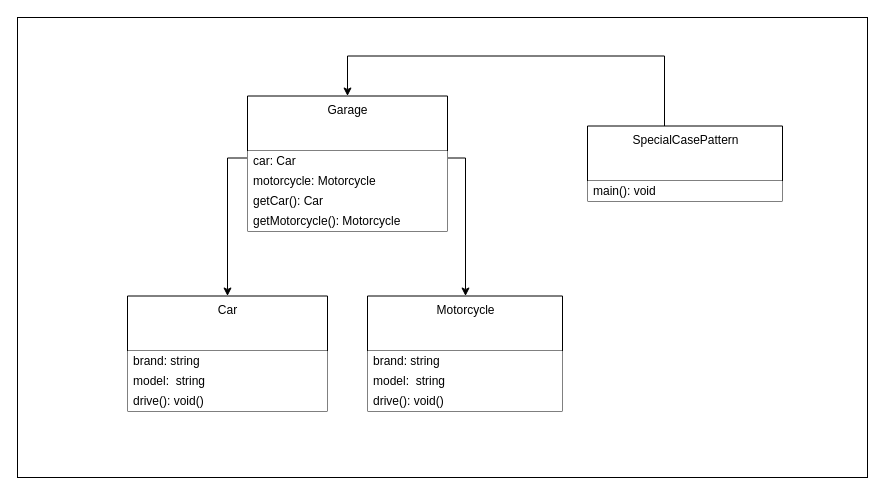
Above: page "SpecialCasePattern-1" (1 of 4) of images/clean-code-error-handling/Error-handling.drawio in GabrielSlima/blog (draw.io), before the change. Source tidied: cells renumbered, new cells numbered last; positions are measured from the earlier drawing's top-left corner, leaving out a move shared by most shapes. Both pictures are drawn from the tidied source at 100%, with x=0, y=0 at pixel (17, 17).
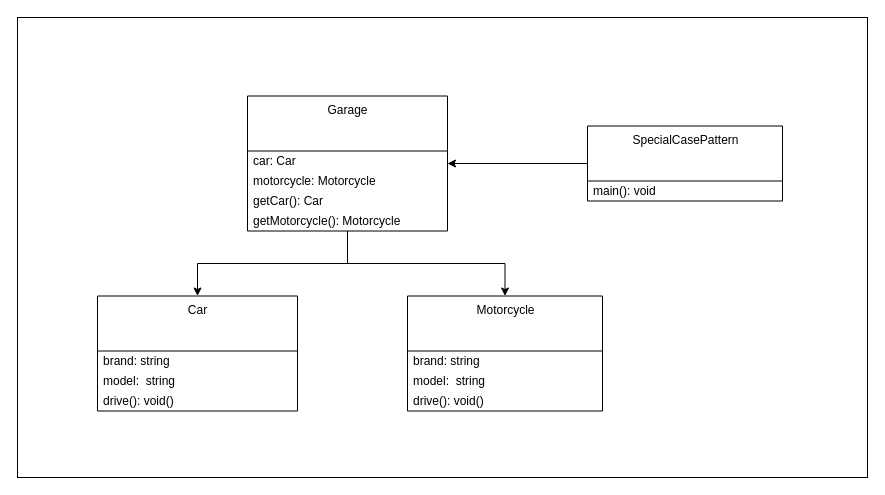
The same diagram, later.

What changed in the source:
```diff
@@
+    <mxCell id="4" style="edgeStyle=orthogonalEdgeStyle;rounded=0;jettySize=auto;html=1;" parent="1" edge="1" source="5" target="14">
+      <mxGeometry relative="1" as="geometry" />
+    </mxCell>
     <mxCell id="3" style="edgeStyle=orthogonalEdgeStyle;rounded=0;jettySize=auto;html=1;" parent="1" edge="1" source="5" target="10">
-      <mxGeometry relative="1" as="geometry">
-        <Array as="points">
-          <mxPoint x="448" y="140.5" />
-        </Array>
-      </mxGeometry>
+      <mxGeometry relative="1" as="geometry" />
     </mxCell>
-    <mxCell id="4" style="edgeStyle=orthogonalEdgeStyle;rounded=0;jettySize=auto;html=1;" parent="1" edge="1" source="5" target="14">
-      <mxGeometry relative="1" as="geometry">
-        <Array as="points">
-          <mxPoint x="210" y="140.5" />
-        </Array>
-      </mxGeometry>
-    </mxCell>
-    <mxCell id="5" value="Garage" style="swimlane;fontStyle=0;align=center;verticalAlign=top;horizontal=1;startSize=55;html=1;" parent="1" vertex="1">
+    <mxCell id="5" value="Garage" style="swimlane;fontStyle=0;align=center;verticalAlign=top;horizontal=1;startSize=55;html=1;fillColor=none;" parent="1" vertex="1">
       <mxGeometry x="230" y="78.5" width="200" height="135" as="geometry" />
     </mxCell>
-    <mxCell id="6" value="&lt;div&gt;car: Car&lt;/div&gt;" style="text;html=1;strokeColor=none;align=left;verticalAlign=middle;spacingLeft=4;spacingRight=4;overflow=hidden;fillColor=#ffffff;" parent="5" vertex="1">
+    <mxCell id="6" value="&lt;div&gt;car: Car&lt;/div&gt;" style="text;html=1;strokeColor=none;align=left;verticalAlign=middle;spacingLeft=4;spacingRight=4;overflow=hidden;" parent="5" vertex="1">
       <mxGeometry y="55" width="200" height="20" as="geometry" />
     </mxCell>
-    <mxCell id="7" value="&lt;div&gt;motorcycle: Motorcycle&lt;/div&gt;" style="text;html=1;strokeColor=none;align=left;verticalAlign=middle;spacingLeft=4;spacingRight=4;overflow=hidden;fillColor=#ffffff;" parent="5" vertex="1">
+    <mxCell id="7" value="&lt;div&gt;motorcycle: Motorcycle&lt;/div&gt;" style="text;html=1;strokeColor=none;align=left;verticalAlign=middle;spacingLeft=4;spacingRight=4;overflow=hidden;" parent="5" vertex="1">
       <mxGeometry y="75" width="200" height="20" as="geometry" />
     </mxCell>
-    <mxCell id="8" value="&lt;div&gt;getCar(): Car&lt;/div&gt;" style="text;html=1;strokeColor=none;align=left;verticalAlign=middle;spacingLeft=4;spacingRight=4;overflow=hidden;fillColor=#ffffff;" parent="5" vertex="1">
+    <mxCell id="8" value="&lt;div&gt;getCar(): Car&lt;/div&gt;" style="text;html=1;strokeColor=none;align=left;verticalAlign=middle;spacingLeft=4;spacingRight=4;overflow=hidden;" parent="5" vertex="1">
       <mxGeometry y="95" width="200" height="20" as="geometry" />
     </mxCell>
-    <mxCell id="9" value="&lt;div&gt;getMotorcycle(): Motorcycle&lt;/div&gt;" style="text;html=1;strokeColor=none;align=left;verticalAlign=middle;spacingLeft=4;spacingRight=4;overflow=hidden;fillColor=#ffffff;" parent="5" vertex="1">
+    <mxCell id="9" value="&lt;div&gt;getMotorcycle(): Motorcycle&lt;/div&gt;" style="text;html=1;strokeColor=none;align=left;verticalAlign=middle;spacingLeft=4;spacingRight=4;overflow=hidden;" parent="5" vertex="1">
       <mxGeometry y="115" width="200" height="20" as="geometry" />
     </mxCell>
-    <mxCell id="10" value="Motorcycle" style="swimlane;fontStyle=0;align=center;verticalAlign=top;horizontal=1;startSize=55;html=1;" parent="1" vertex="1">
-      <mxGeometry x="350" y="278.5" width="195" height="115" as="geometry" />
+    <mxCell id="10" value="Motorcycle" style="swimlane;fontStyle=0;align=center;verticalAlign=top;horizontal=1;startSize=55;html=1;fillColor=none;" parent="1" vertex="1">
+      <mxGeometry x="390" y="278.5" width="195" height="115" as="geometry" />
     </mxCell>
-    <mxCell id="11" value="brand: string" style="text;html=1;strokeColor=none;align=left;verticalAlign=middle;spacingLeft=4;spacingRight=4;overflow=hidden;fillColor=#ffffff;" parent="10" vertex="1">
+    <mxCell id="11" value="brand: string" style="text;html=1;strokeColor=none;align=left;verticalAlign=middle;spacingLeft=4;spacingRight=4;overflow=hidden;" parent="10" vertex="1">
       <mxGeometry y="55" width="195" height="20" as="geometry" />
     </mxCell>
-    <mxCell id="12" value="&lt;div&gt;model:&amp;nbsp; string&lt;/div&gt;" style="text;html=1;strokeColor=none;align=left;verticalAlign=middle;spacingLeft=4;spacingRight=4;overflow=hidden;fillColor=#ffffff;" parent="10" vertex="1">
+    <mxCell id="12" value="&lt;div&gt;model:&amp;nbsp; string&lt;/div&gt;" style="text;html=1;strokeColor=none;align=left;verticalAlign=middle;spacingLeft=4;spacingRight=4;overflow=hidden;" parent="10" vertex="1">
       <mxGeometry y="75" width="195" height="20" as="geometry" />
     </mxCell>
-    <mxCell id="13" value="&lt;div&gt;drive(): void()&lt;/div&gt;" style="text;html=1;strokeColor=none;align=left;verticalAlign=middle;spacingLeft=4;spacingRight=4;overflow=hidden;fillColor=#ffffff;" parent="10" vertex="1">
+    <mxCell id="13" value="&lt;div&gt;drive(): void()&lt;/div&gt;" style="text;html=1;strokeColor=none;align=left;verticalAlign=middle;spacingLeft=4;spacingRight=4;overflow=hidden;" parent="10" vertex="1">
       <mxGeometry y="95" width="195" height="20" as="geometry" />
     </mxCell>
-    <mxCell id="14" value="Car" style="swimlane;fontStyle=0;align=center;verticalAlign=top;horizontal=1;startSize=55;html=1;" parent="1" vertex="1">
-      <mxGeometry x="110" y="278.5" width="200" height="115" as="geometry" />
+    <mxCell id="14" value="Car" style="swimlane;fontStyle=0;align=center;verticalAlign=top;horizontal=1;startSize=55;html=1;fillColor=none;" parent="1" vertex="1">
+      <mxGeometry x="80" y="278.5" width="200" height="115" as="geometry" />
     </mxCell>
-    <mxCell id="15" value="brand: string" style="text;html=1;strokeColor=none;align=left;verticalAlign=middle;spacingLeft=4;spacingRight=4;overflow=hidden;fillColor=#ffffff;" parent="14" vertex="1">
+    <mxCell id="15" value="brand: string" style="text;html=1;strokeColor=none;align=left;verticalAlign=middle;spacingLeft=4;spacingRight=4;overflow=hidden;" parent="14" vertex="1">
       <mxGeometry y="55" width="200" height="20" as="geometry" />
     </mxCell>
-    <mxCell id="16" value="&lt;div&gt;model:&amp;nbsp; string&lt;/div&gt;" style="text;html=1;strokeColor=none;align=left;verticalAlign=middle;spacingLeft=4;spacingRight=4;overflow=hidden;fillColor=#ffffff;" parent="14" vertex="1">
+    <mxCell id="16" value="&lt;div&gt;model:&amp;nbsp; string&lt;/div&gt;" style="text;html=1;strokeColor=none;align=left;verticalAlign=middle;spacingLeft=4;spacingRight=4;overflow=hidden;" parent="14" vertex="1">
       <mxGeometry y="75" width="200" height="20" as="geometry" />
     </mxCell>
-    <mxCell id="17" value="&lt;div&gt;drive(): void()&lt;/div&gt;" style="text;html=1;strokeColor=none;align=left;verticalAlign=middle;spacingLeft=4;spacingRight=4;overflow=hidden;fillColor=#ffffff;" parent="14" vertex="1">
+    <mxCell id="17" value="&lt;div&gt;drive(): void()&lt;/div&gt;" style="text;html=1;strokeColor=none;align=left;verticalAlign=middle;spacingLeft=4;spacingRight=4;overflow=hidden;" parent="14" vertex="1">
       <mxGeometry y="95" width="200" height="20" as="geometry" />
     </mxCell>
-    <mxCell id="18" style="edgeStyle=orthogonalEdgeStyle;rounded=0;jettySize=auto;html=1;entryX=0.5;entryY=0;entryDx=0;entryDy=0;" parent="1" edge="1" source="19" target="5">
-      <mxGeometry relative="1" as="geometry">
-        <Array as="points">
-          <mxPoint x="647" y="38.5" />
-          <mxPoint x="330" y="38.5" />
-        </Array>
-      </mxGeometry>
+    <mxCell id="18" style="edgeStyle=orthogonalEdgeStyle;rounded=0;jettySize=auto;html=1;" parent="1" edge="1" source="19" target="5">
+      <mxGeometry relative="1" as="geometry" />
     </mxCell>
-    <mxCell id="19" value="SpecialCasePattern" style="swimlane;fontStyle=0;align=center;verticalAlign=top;horizontal=1;startSize=55;html=1;" parent="1" vertex="1">
+    <mxCell id="19" value="SpecialCasePattern" style="swimlane;fontStyle=0;align=center;verticalAlign=top;horizontal=1;startSize=55;html=1;fillColor=none;" parent="1" vertex="1">
       <mxGeometry x="570" y="108.5" width="195" height="75" as="geometry" />
     </mxCell>
-    <mxCell id="20" value="&lt;div&gt;main(): void&lt;/div&gt;" style="text;html=1;strokeColor=none;align=left;verticalAlign=middle;spacingLeft=4;spacingRight=4;overflow=hidden;fillColor=#ffffff;" parent="19" vertex="1">
+    <mxCell id="20" value="&lt;div&gt;main(): void&lt;/div&gt;" style="text;html=1;strokeColor=none;align=left;verticalAlign=middle;spacingLeft=4;spacingRight=4;overflow=hidden;" parent="19" vertex="1">
       <mxGeometry y="55" width="195" height="20" as="geometry" />
     </mxCell>
```
